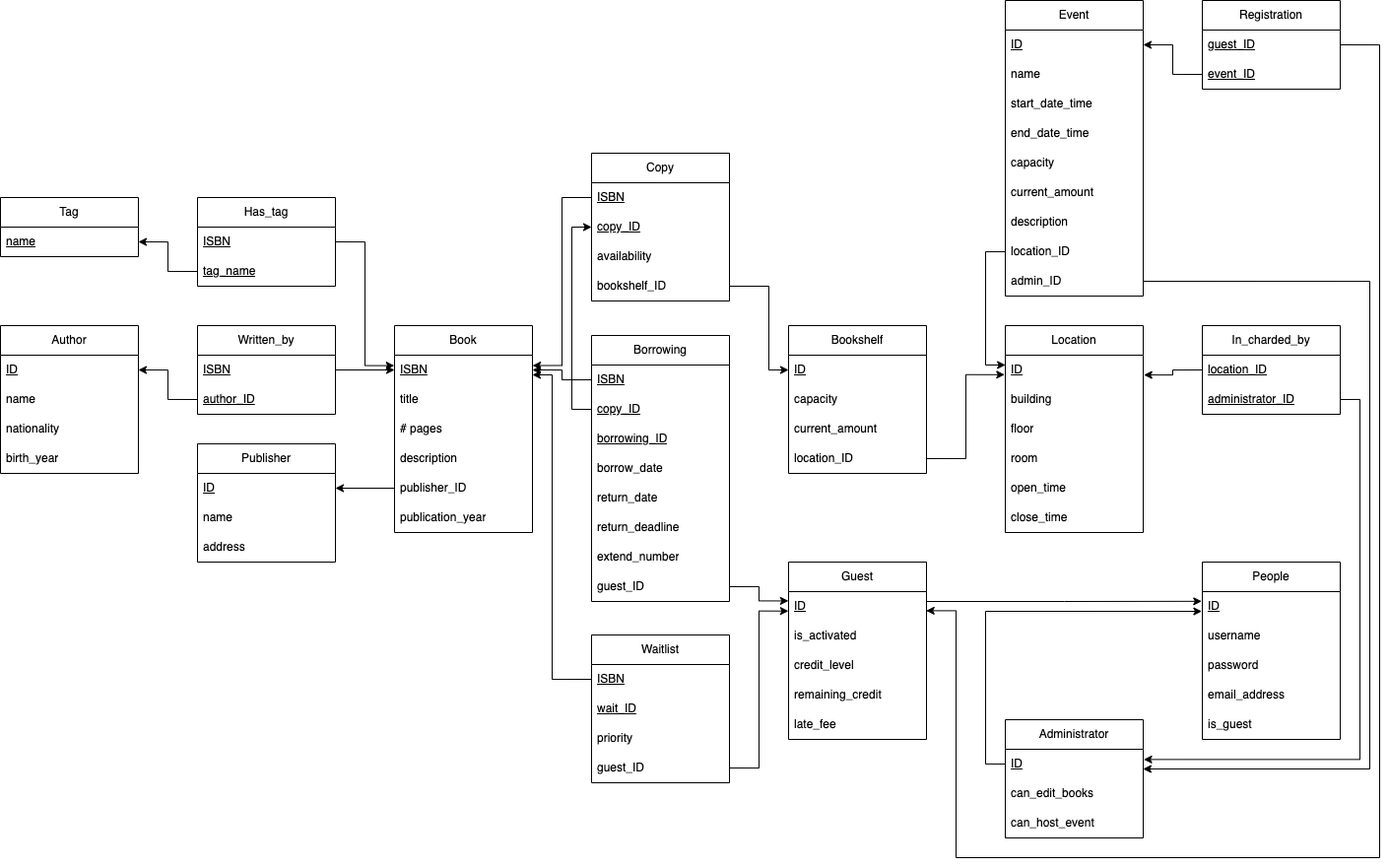
The draw.io diagram schema/relational_model/Relational Model Diagram.png in Kassaking7/eLibraryManagementSystem, before a commit. Source tidied: cells renumbered, new cells last; positions are measured from the earlier drawing's top-left corner, leaving out a move shared by most shapes.
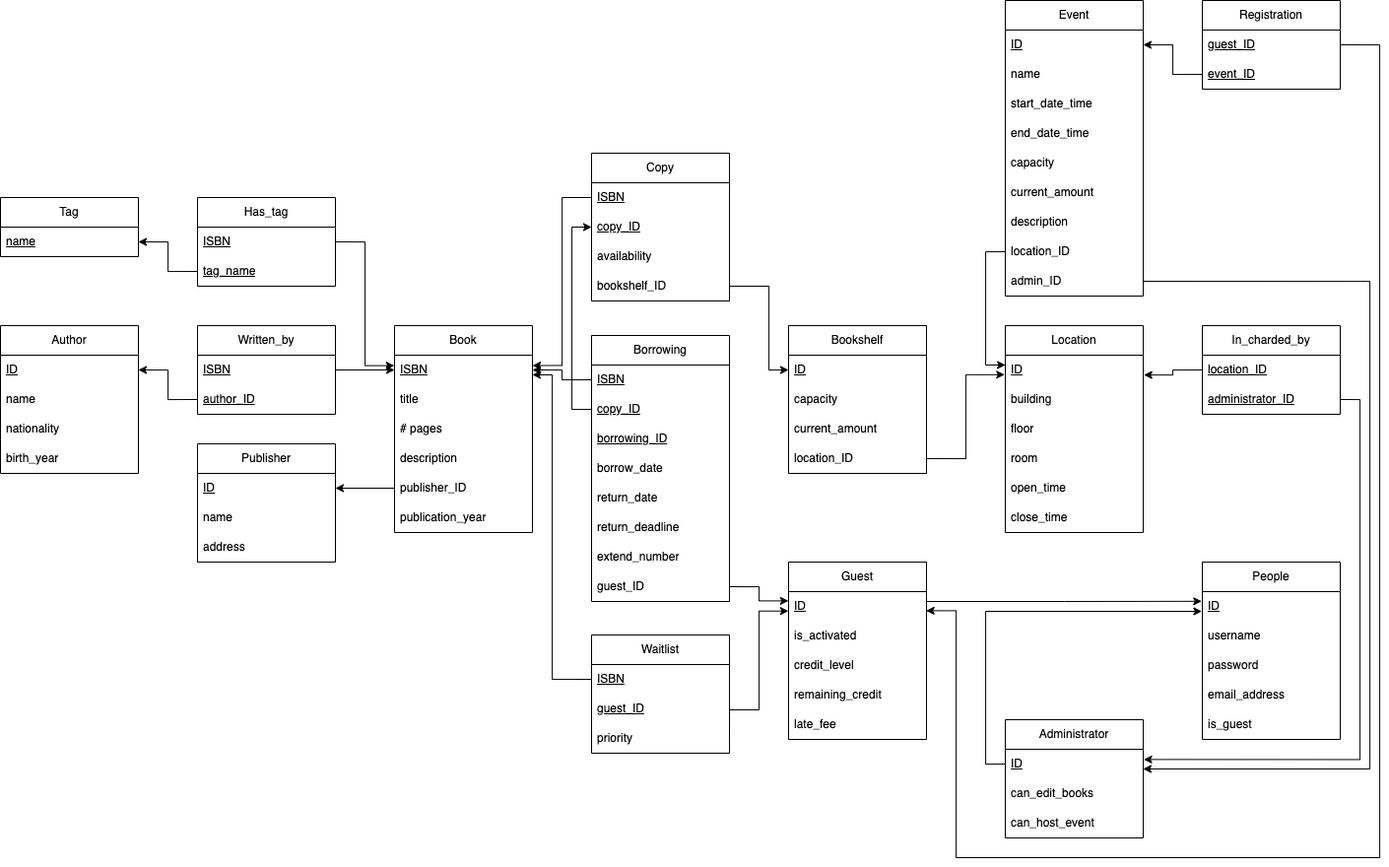
Later version of the same file.

Change to the diagram source:
```diff
@@ -105,19 +105,16 @@
       <mxGeometry relative="1" as="geometry" />
     </mxCell>
     <mxCell id="36" value="Waitlist" style="swimlane;fontStyle=0;horizontal=1;startSize=30;whiteSpace=wrap;html=1;" parent="1" vertex="1">
-      <mxGeometry x="600" y="644" width="140" height="150" as="geometry" />
+      <mxGeometry x="600" y="644" width="140" height="120" as="geometry" />
     </mxCell>
     <mxCell id="37" value="&lt;u&gt;ISBN&lt;/u&gt;" style="text;strokeColor=none;fillColor=none;align=left;verticalAlign=middle;spacingLeft=4;spacingRight=4;overflow=hidden;points=[[0,0.5],[1,0.5]];portConstraint=eastwest;whiteSpace=wrap;html=1;" parent="36" vertex="1">
       <mxGeometry y="30" width="140" height="30" as="geometry" />
     </mxCell>
-    <mxCell id="38" value="&lt;u&gt;wait_ID&lt;/u&gt;" style="text;strokeColor=none;fillColor=none;align=left;verticalAlign=middle;spacingLeft=4;spacingRight=4;overflow=hidden;whiteSpace=wrap;html=1;" parent="36" vertex="1">
-      <mxGeometry y="60" width="140" height="30" as="geometry" />
-    </mxCell>
-    <mxCell id="39" value="priority" style="text;strokeColor=none;fillColor=none;align=left;verticalAlign=middle;spacingLeft=4;spacingRight=4;overflow=hidden;whiteSpace=wrap;html=1;" parent="36" vertex="1">
-      <mxGeometry y="90" width="140" height="30" as="geometry" />
+    <mxCell id="39" value="&lt;u&gt;guest_ID&lt;/u&gt;" style="text;strokeColor=none;fillColor=none;align=left;verticalAlign=middle;spacingLeft=4;spacingRight=4;overflow=hidden;whiteSpace=wrap;html=1;" parent="36" vertex="1">
+      <mxGeometry y="60" width="140" height="30" as="geometry" />
     </mxCell>
-    <mxCell id="40" value="guest_ID" style="text;strokeColor=none;fillColor=none;align=left;verticalAlign=middle;spacingLeft=4;spacingRight=4;overflow=hidden;points=[[0,0.5],[1,0.5]];portConstraint=eastwest;whiteSpace=wrap;html=1;" parent="36" vertex="1">
-      <mxGeometry y="120" width="140" height="30" as="geometry" />
+    <mxCell id="40" value="priority" style="text;strokeColor=none;fillColor=none;align=left;verticalAlign=middle;spacingLeft=4;spacingRight=4;overflow=hidden;points=[[0,0.5],[1,0.5]];portConstraint=eastwest;whiteSpace=wrap;html=1;" parent="36" vertex="1">
+      <mxGeometry y="90" width="140" height="30" as="geometry" />
     </mxCell>
     <mxCell id="41" value="Bookshelf" style="swimlane;fontStyle=0;horizontal=1;startSize=30;whiteSpace=wrap;html=1;" parent="1" vertex="1">
       <mxGeometry x="800" y="330" width="140" height="150" as="geometry" />
@@ -169,9 +166,6 @@
     <mxCell id="55" value="guest_ID" style="text;strokeColor=none;fillColor=none;align=left;verticalAlign=middle;spacingLeft=4;spacingRight=4;overflow=hidden;points=[[0,0.5],[1,0.5]];portConstraint=eastwest;whiteSpace=wrap;html=1;" parent="47" vertex="1">
       <mxGeometry y="240" width="140" height="30" as="geometry" />
     </mxCell>
-    <mxCell id="56" style="edgeStyle=orthogonalEdgeStyle;rounded=0;jettySize=auto;html=1;exitX=0;exitY=0.5;exitDx=0;exitDy=0;entryX=1;entryY=0.5;entryDx=0;entryDy=0;" parent="1" edge="1" source="48" target="3">
-      <mxGeometry relative="1" as="geometry" />
-    </mxCell>
     <mxCell id="57" style="edgeStyle=orthogonalEdgeStyle;rounded=0;jettySize=auto;html=1;exitX=0;exitY=0.5;exitDx=0;exitDy=0;entryX=0;entryY=0.5;entryDx=0;entryDy=0;" parent="1" edge="1" source="49" target="11">
       <mxGeometry relative="1" as="geometry" />
     </mxCell>
@@ -345,10 +339,19 @@
       </mxGeometry>
     </mxCell>
     <mxCell id="108" style="edgeStyle=orthogonalEdgeStyle;rounded=0;jettySize=auto;html=1;exitX=1;exitY=0.5;exitDx=0;exitDy=0;entryX=-0.001;entryY=0.657;entryDx=0;entryDy=0;entryPerimeter=0;" parent="1" edge="1" source="40" target="60">
-      <mxGeometry relative="1" as="geometry" />
+      <mxGeometry relative="1" as="geometry">
+        <Array as="points">
+          <mxPoint x="740" y="720" />
+          <mxPoint x="770" y="720" />
+          <mxPoint x="770" y="620" />
+        </Array>
+      </mxGeometry>
     </mxCell>
     <mxCell id="109" style="html=1;exitX=0;exitY=0.5;exitDx=0;exitDy=0;entryX=1;entryY=0.5;entryDx=0;entryDy=0;" parent="1" edge="1" source="7" target="32">
       <mxGeometry relative="1" as="geometry" />
     </mxCell>
+    <mxCell id="56" style="edgeStyle=orthogonalEdgeStyle;html=1;exitX=0;exitY=0.5;exitDx=0;exitDy=0;entryX=1;entryY=0.5;entryDx=0;entryDy=0;rounded=0;" parent="1" edge="1" source="48" target="3">
+      <mxGeometry relative="1" as="geometry" />
+    </mxCell>
   </root>
 </mxGraphModel>
```
